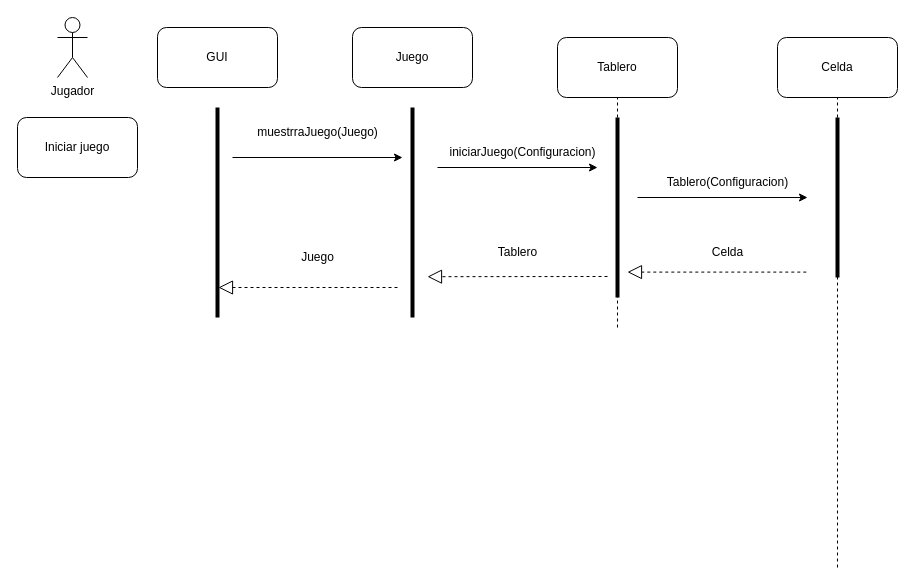
This is page "Page-1" (1 of 2) of diagrams/diagramaSecuencias.drawio from Paskiben/Tarea-INFO229, a draw.io file, before an edit. Source tidied: cells renumbered, new cells numbered last; positions are measured from the earlier drawing's top-left corner, leaving out a move shared by most shapes. Both pictures are drawn from the tidied source at 100%, with x=0, y=0 at pixel (17, 17).
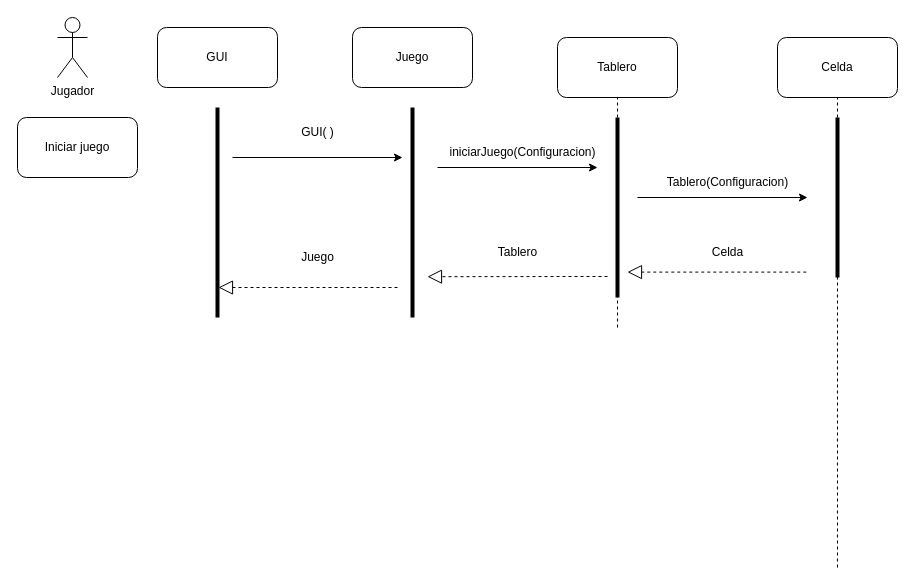
The same diagram, later.

Change to the diagram source:
```diff
@@
-    <mxCell id="13" value="&lt;span style=&quot;text-align: left;&quot;&gt;muestrraJuego(Juego)&lt;/span&gt;" style="text;html=1;align=center;verticalAlign=middle;strokeColor=none;fillColor=none;" parent="1" vertex="1">
-      <mxGeometry x="230" y="100" width="140" height="30" as="geometry" />
+    <mxCell id="13" value="&lt;span style=&quot;text-align: left;&quot;&gt;GUI( )&lt;br&gt;&lt;/span&gt;" style="text;html=1;align=center;verticalAlign=middle;strokeColor=none;fillColor=none;" parent="1" vertex="1">
+      <mxGeometry x="270" y="100" width="60" height="30" as="geometry" />
     </mxCell>
```
